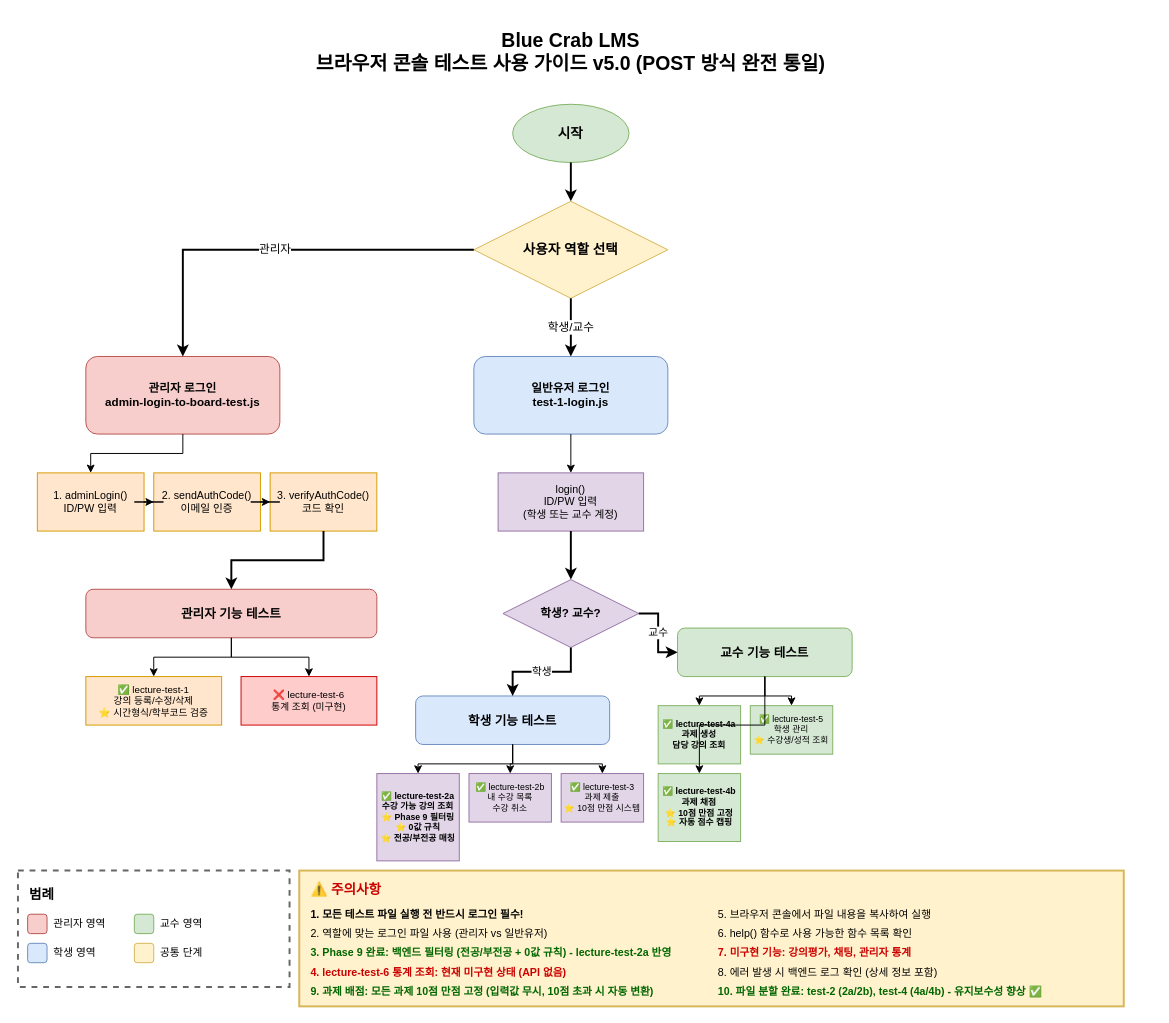
Above: backend/BlueCrab/docs/강의관련기능/브라우저콘솔테스트/usage-diagram.drawio in hooting76/blue-crab-lms (draw.io), before the change. Source tidied: cells renumbered, new cells numbered last; positions are measured from the earlier drawing's top-left corner, leaving out a move shared by most shapes. Both pictures are drawn from the tidied source at 97%, with x=0, y=0 at pixel (17, 16).
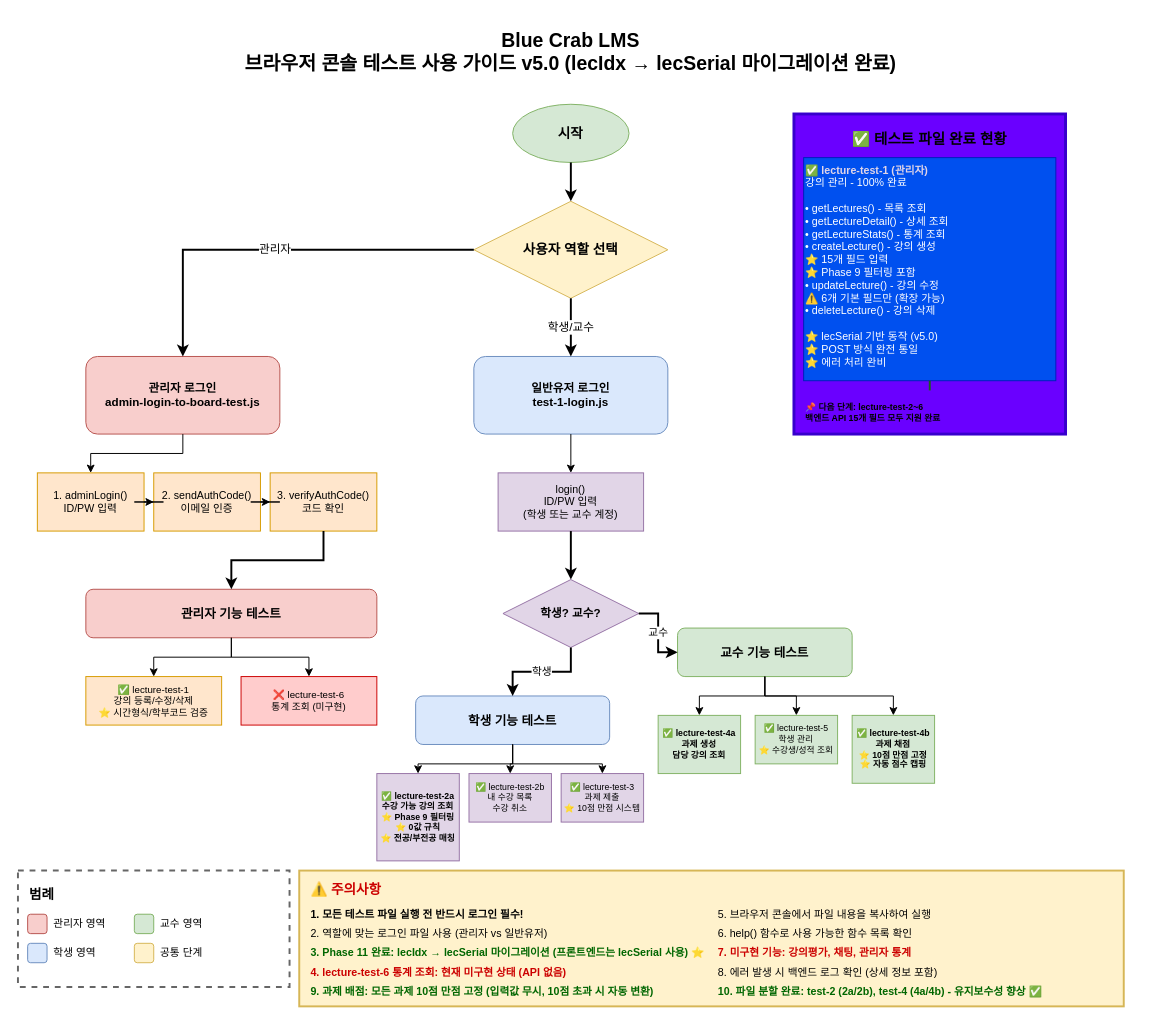
The same page after the edit.

Commit message (it also covers changes not shown here):
다이어그램 업데이트

Diff of the diagram source:
```diff
@@
-    <mxCell id="2" value="Blue Crab LMS&#10;브라우저 콘솔 테스트 사용 가이드 v5.0 (POST 방식 완전 통일)" style="text;html=1;strokeColor=none;fillColor=default;align=center;verticalAlign=middle;whiteSpace=wrap;rounded=0;fontSize=20;fontStyle=1;" parent="1" vertex="1">
-      <mxGeometry x="240" width="660" height="70" as="geometry" />
+    <mxCell id="2" value="Blue Crab LMS&#10;브라우저 콘솔 테스트 사용 가이드 v5.0 (lecIdx → lecSerial 마이그레이션 완료)" style="text;html=1;strokeColor=none;fillColor=default;align=center;verticalAlign=middle;whiteSpace=wrap;rounded=0;fontSize=20;fontStyle=1;" parent="1" vertex="1">
+      <mxGeometry x="210" width="720" height="70" as="geometry" />
     </mxCell>
@@
     <mxCell id="36" value="✅ lecture-test-4a&#10;과제 생성&#10;담당 강의 조회" style="rounded=0;whiteSpace=wrap;html=1;fillColor=#d5e8d4;strokeColor=#82b366;fontSize=9;fontStyle=1;" parent="1" vertex="1">
-      <mxGeometry x="660" y="710" width="85" height="60" as="geometry" />
+      <mxGeometry x="660" y="720" width="85" height="60" as="geometry" />
     </mxCell>
     <mxCell id="37" value="✅ lecture-test-4b&#10;과제 채점&#10;⭐ 10점 만점 고정&#10;⭐ 자동 점수 캡핑" style="rounded=0;whiteSpace=wrap;html=1;fillColor=#d5e8d4;strokeColor=#82b366;fontSize=9;fontStyle=1;" parent="1" vertex="1">
-      <mxGeometry x="660" y="780" width="85" height="70" as="geometry" />
+      <mxGeometry x="860" y="720" width="85" height="70" as="geometry" />
     </mxCell>
     <mxCell id="38" value="✅ lecture-test-5&#10;학생 관리&#10;⭐ 수강생/성적 조회" style="rounded=0;whiteSpace=wrap;html=1;fillColor=#d5e8d4;strokeColor=#82b366;fontSize=9;" parent="1" vertex="1">
-      <mxGeometry x="755" y="710" width="85" height="50" as="geometry" />
+      <mxGeometry x="760" y="720" width="85" height="50" as="geometry" />
     </mxCell>
@@
-    <mxCell id="56" value="3. Phase 9 완료: 백엔드 필터링 (전공/부전공 + 0값 규칙) - lecture-test-2a 반영" style="text;html=1;strokeColor=none;fillColor=none;align=left;verticalAlign=middle;whiteSpace=wrap;rounded=0;fontSize=11;fontStyle=1;fontColor=#006600;" parent="1" vertex="1">
+    <mxCell id="56" value="3. Phase 11 완료: lecIdx → lecSerial 마이그레이션 (프론트엔드는 lecSerial 사용) ⭐" style="text;html=1;strokeColor=none;fillColor=none;align=left;verticalAlign=middle;whiteSpace=wrap;rounded=0;fontSize=11;fontStyle=1;fontColor=#006600;" parent="1" vertex="1">
       <mxGeometry x="300" y="955" width="450" height="20" as="geometry" />
     </mxCell>
@@
+    <mxCell id="64" style="rounded=0;whiteSpace=wrap;html=1;fillColor=#6a00ff;strokeColor=#3700CC;strokeWidth=3;dashed=0;fontColor=#ffffff;labelBackgroundColor=none;" parent="1" vertex="1">
+      <mxGeometry x="800" y="100" width="280" height="330" as="geometry" />
+    </mxCell>
+    <mxCell id="65" value="✅ 테스트 파일 완료 현황" style="text;html=1;align=center;verticalAlign=middle;whiteSpace=wrap;rounded=0;fontSize=15;fontStyle=1;fontColor=light-dark(#000000,#000000);" parent="1" vertex="1">
+      <mxGeometry x="810" y="110" width="260" height="30" as="geometry" />
+    </mxCell>
+    <mxCell id="66" value="&lt;b&gt;&lt;font style=&quot;color: light-dark(rgb(225, 213, 231), rgb(51, 51, 255));&quot;&gt;✅ lecture-test-1 (관리자)&lt;/font&gt;&lt;/b&gt;&lt;br&gt;강의 관리 - 100% 완료&lt;br&gt;&lt;br&gt;• getLectures() - 목록 조회&lt;br&gt;• getLectureDetail() - 상세 조회&lt;br&gt;• getLectureStats() - 통계 조회&lt;br&gt;• createLecture() - 강의 생성&lt;br&gt;  ⭐ 15개 필드 입력&lt;br&gt;  ⭐ Phase 9 필터링 포함&lt;br&gt;• updateLecture() - 강의 수정&lt;br&gt;  ⚠️ 6개 기본 필드만 (확장 가능)&lt;br&gt;• deleteLecture() - 강의 삭제&lt;br&gt;&lt;br&gt;⭐ lecSerial 기반 동작 (v5.0)&lt;br&gt;⭐ POST 방식 완전 통일&lt;br&gt;⭐ 에러 처리 완비" style="text;html=1;strokeColor=#001DBC;fillColor=#0050ef;align=left;verticalAlign=top;whiteSpace=wrap;rounded=0;fontSize=11;labelBackgroundColor=none;fontColor=#ffffff;" parent="1" vertex="1">
+      <mxGeometry x="810" y="145" width="260" height="230" as="geometry" />
+    </mxCell>
+    <mxCell id="67" style="line;strokeWidth=2;direction=south;html=1;strokeColor=#1B5E20;" parent="1" vertex="1">
+      <mxGeometry x="810" y="375" width="260" height="10" as="geometry" />
+    </mxCell>
+    <mxCell id="68" value="📌 다음 단계: lecture-test-2~6&lt;br&gt;백엔드 API 15개 필드 모두 지원 완료" style="text;html=1;align=left;verticalAlign=middle;whiteSpace=wrap;rounded=0;fontSize=9;fontStyle=1;labelBackgroundColor=none;fontColor=light-dark(#000000,#000000);" parent="1" vertex="1">
+      <mxGeometry x="810" y="390" width="260" height="35" as="geometry" />
+    </mxCell>
```
